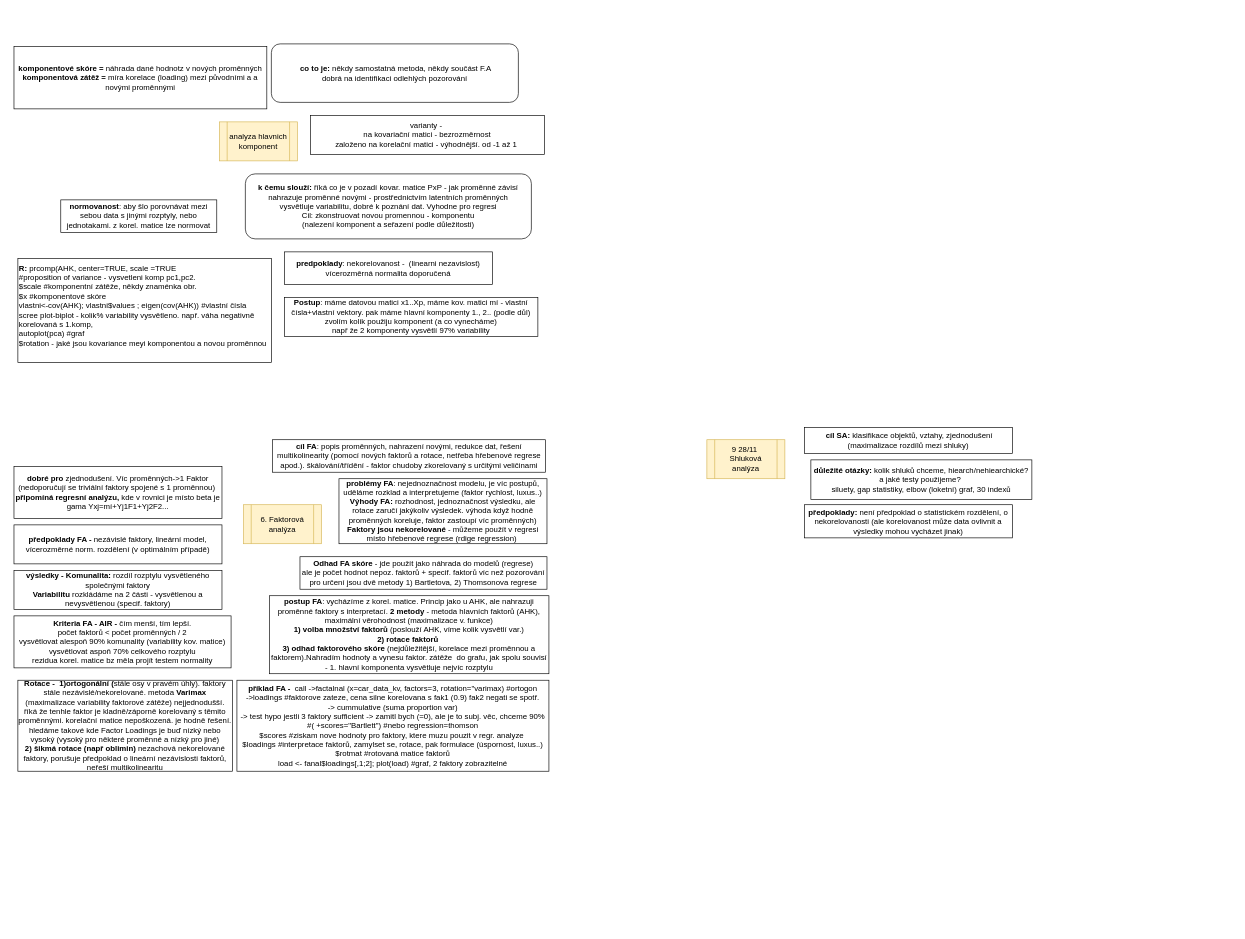
This is UCL Statistika test 2.drawio from pama78/ucl, a draw.io file, before an edit. Source tidied: cells renumbered, new cells numbered last; positions are measured from the earlier drawing's top-left corner, leaving out a move shared by most shapes. Both pictures are drawn from the tidied source at 65%, with x=0, y=0 at pixel (14, 44).
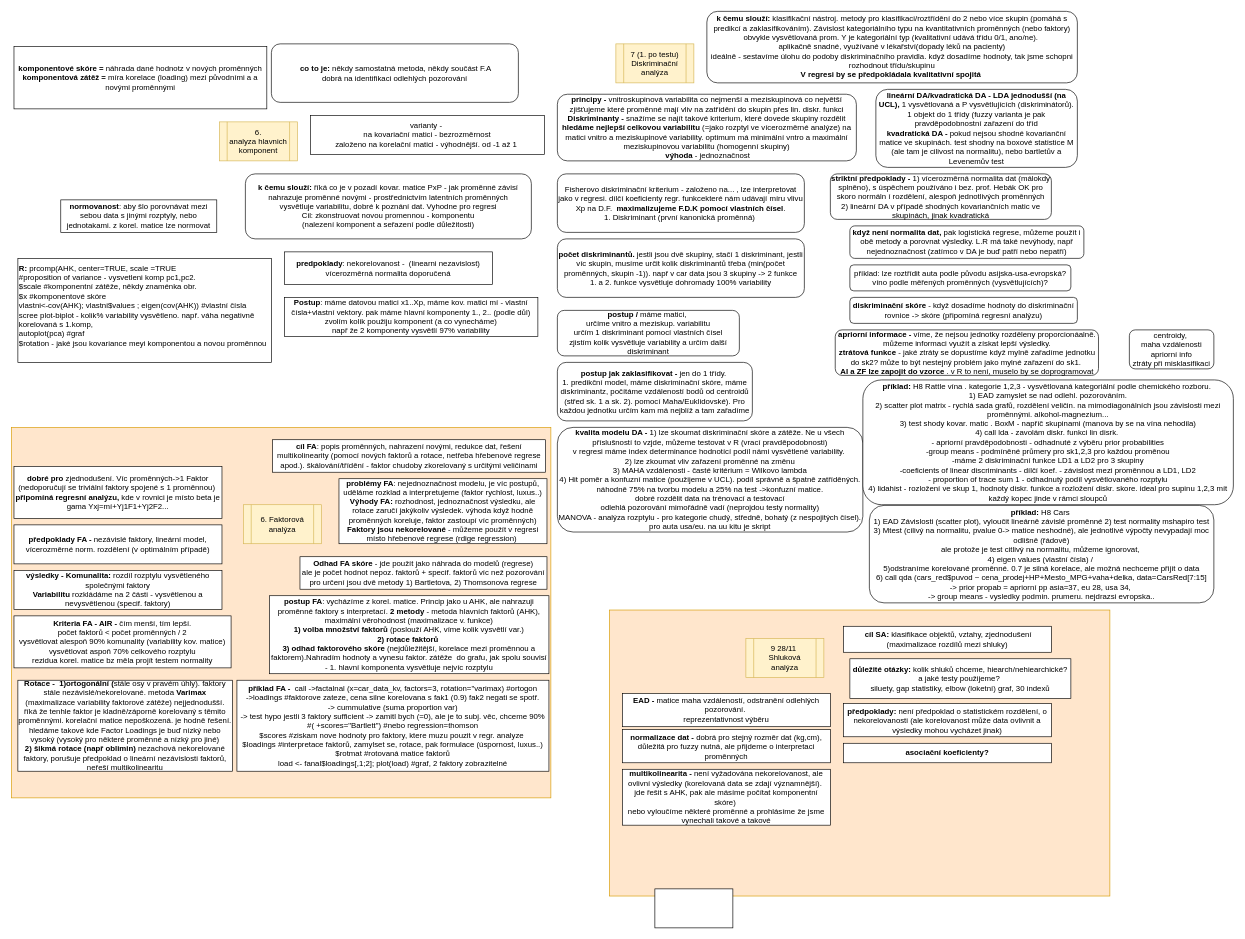
Above is the later version.

What changed in the source:
```diff
@@
+    <mxCell id="27" style="rounded=0;whiteSpace=wrap;html=1;fillColor=#ffe6cc;strokeColor=#d79b00;" parent="1" vertex="1">
+      <mxGeometry x="-4" y="590" width="830" height="570" as="geometry" />
+    </mxCell>
+    <mxCell id="28" style="rounded=0;whiteSpace=wrap;html=1;fillColor=#ffe6cc;strokeColor=#d79b00;" parent="1" vertex="1">
+      <mxGeometry x="916" y="871" width="770" height="440" as="geometry" />
+    </mxCell>
@@
-    <mxCell id="3" value="analyza hlavnich komponent" style="shape=process;whiteSpace=wrap;html=1;backgroundOutline=1;fillColor=#fff2cc;strokeColor=#d6b656;" parent="1" vertex="1">
+    <mxCell id="3" value="6. &lt;br&gt;analyza hlavnich komponent" style="shape=process;whiteSpace=wrap;html=1;backgroundOutline=1;fillColor=#fff2cc;strokeColor=#d6b656;" parent="1" vertex="1">
       <mxGeometry x="316" y="120" width="120" height="60" as="geometry" />
     </mxCell>
@@
     <mxCell id="23" value="9 28/11&amp;nbsp;&lt;br&gt;Shluková analýza" style="shape=process;whiteSpace=wrap;html=1;backgroundOutline=1;fillColor=#fff2cc;strokeColor=#d6b656;" parent="1" vertex="1">
-      <mxGeometry x="1066" y="609" width="120" height="60" as="geometry" />
+      <mxGeometry x="1126" y="915" width="120" height="60" as="geometry" />
     </mxCell>
     <mxCell id="24" value="&lt;b&gt;&amp;nbsp;cíl SA: &lt;/b&gt;klasifikace objektů, vztahy, zjednodušení (maximalizace rozdílů mezi shluky)" style="rounded=0;whiteSpace=wrap;html=1;" parent="1" vertex="1">
-      <mxGeometry x="1216" y="590" width="320" height="40" as="geometry" />
+      <mxGeometry x="1276" y="896" width="320" height="40" as="geometry" />
     </mxCell>
     <mxCell id="25" value="&lt;b&gt;důležité otázky: &lt;/b&gt;kolik shluků chceme, hiearch/nehiearchické?&lt;br&gt;a jaké testy použijeme?&amp;nbsp;&lt;br&gt;siluety, gap statistiky, elbow (loketní) graf, 30 indexů" style="rounded=0;whiteSpace=wrap;html=1;" parent="1" vertex="1">
-      <mxGeometry x="1226" y="640" width="340" height="61" as="geometry" />
+      <mxGeometry x="1286" y="946" width="340" height="61" as="geometry" />
     </mxCell>
     <mxCell id="26" value="&lt;b&gt;předpoklady: &lt;/b&gt;není předpoklad o statistickém rozdělení, o nekorelovanosti (ale korelovanost může data ovlivnit a výsledky mohou vycházet jinak)" style="rounded=0;whiteSpace=wrap;html=1;" parent="1" vertex="1">
-      <mxGeometry x="1216" y="709" width="320" height="51" as="geometry" />
+      <mxGeometry x="1276" y="1015" width="320" height="51" as="geometry" />
     </mxCell>
+    <mxCell id="29" value="&lt;b&gt;EAD - &lt;/b&gt;matice maha vzdáleností, odstranění odlehlých pozorování.&amp;nbsp;&lt;br&gt;reprezentativnost výběru" style="rounded=0;whiteSpace=wrap;html=1;" parent="1" vertex="1">
+      <mxGeometry x="936" y="999.5" width="320" height="51" as="geometry" />
+    </mxCell>
+    <mxCell id="30" value="&lt;b&gt;normalizace dat - &lt;/b&gt;dobrá pro stejný rozměr dat (kg,cm), důležitá pro fuzzy nutná, ale přijdeme o interpretaci proměnných" style="rounded=0;whiteSpace=wrap;html=1;" parent="1" vertex="1">
+      <mxGeometry x="936" y="1055" width="320" height="51" as="geometry" />
+    </mxCell>
+    <mxCell id="31" value="&lt;b&gt;multikolinearita - &lt;/b&gt;není vyžadována nekorelovanost, ale ovlivní výsledky (korelovaná data se zdají významnější).&amp;nbsp;&lt;br&gt;jde řešit s AHK, pak ale másíme počítat komponentní skóre)&amp;nbsp;&lt;br&gt;nebo vyloučíme některé proměnné a prohlásíme že jsme vynechali takové a takové" style="rounded=0;whiteSpace=wrap;html=1;" parent="1" vertex="1">
+      <mxGeometry x="936" y="1116" width="320" height="86" as="geometry" />
+    </mxCell>
+    <mxCell id="32" value="&lt;b&gt;asociační koeficienty?&lt;/b&gt;" style="rounded=0;whiteSpace=wrap;html=1;" parent="1" vertex="1">
+      <mxGeometry x="1276" y="1076" width="320" height="30" as="geometry" />
+    </mxCell>
+    <mxCell id="33" value="7 (1. po testu) Diskriminační analýza" style="shape=process;whiteSpace=wrap;html=1;backgroundOutline=1;fillColor=#fff2cc;strokeColor=#d6b656;" parent="1" vertex="1">
+      <mxGeometry x="926" width="120" height="60" as="geometry" />
+    </mxCell>
+    <mxCell id="34" value="&lt;b&gt;k čemu slouží:&lt;/b&gt;&amp;nbsp;klasifikační nástroj. metody pro klasifikaci/roztřídění do 2 nebo více skupin (pomáhá s predikcí a zaklasifikováním). Závislost kategoriálního typu na kvantitativních proměnných (nebo faktory)&lt;br&gt;obvykle vysvětlovaná prom. Y je kategoriální typ (kvalitativní udává třídu 0/1, ano/ne).&amp;nbsp;&lt;br&gt;aplikačně snadné, využívané v lékařství(dopady léků na pacienty)&lt;br&gt;ideálně - sestavíme úlohu do podoby diskriminačního pravidla. když dosadíme hodnoty, tak jsme schopni rozhodnout třídu/skupinu&lt;br&gt;&lt;b&gt;V regresi by se předpokládala kvalitativní spojitá&amp;nbsp;&lt;/b&gt;" style="rounded=1;whiteSpace=wrap;html=1;" parent="1" vertex="1">
+      <mxGeometry x="1066" y="-50" width="570" height="110" as="geometry" />
+    </mxCell>
+    <mxCell id="35" value="&lt;b&gt;principy - &lt;/b&gt;vnitroskupinová variabilita co nejmenší a meziskupinová co největší&lt;br&gt;zjišťujeme které proměnné mají vliv na zatřídění do skupin přes lin. diskr. funkci&lt;br&gt;&lt;b&gt;Diskriminanty -&amp;nbsp;&lt;/b&gt;snažíme se najít takové kriterium, které dovede skupiny rozdělit &lt;b&gt;hledáme nejlepší celkovou variabilitu&lt;/b&gt; (=jako rozptyl ve vícerozměrné analýze) na matici vnitro a meziskupinové variability. optimum má minimální vntro a maximální meziskupinovou variabilitu (homogenní skupiny)&lt;br&gt;&lt;b&gt;&amp;nbsp;výhoda &lt;/b&gt;- jednoznačnost" style="rounded=1;whiteSpace=wrap;html=1;" parent="1" vertex="1">
+      <mxGeometry x="836" y="77.5" width="460" height="102.5" as="geometry" />
+    </mxCell>
+    <mxCell id="36" value="&lt;b&gt;lineární DA/kvadratická DA - LDA jednodušší (na UCL),&lt;/b&gt; 1 vysvětlovaná a P vysvětlujících (diskriminátorů). 1 objekt do 1 třídy (fuzzy varianta je pak pravděpodobnostní zařazení do tříd&lt;br&gt;&lt;b&gt;kvadratická DA - &lt;/b&gt;pokud nejsou shodné kovarianční matice ve skupinách. test shodny na boxové statistice M (ale tam je cilivost na normalitu), nebo bartletův a Levenemův test" style="rounded=1;whiteSpace=wrap;html=1;" parent="1" vertex="1">
+      <mxGeometry x="1326" y="70" width="310" height="120" as="geometry" />
+    </mxCell>
+    <mxCell id="37" value="&lt;b&gt;striktní předpoklady - &lt;/b&gt;1) vícerozměrná normalita dat (málokdy splněno), s úspěchem používáno i bez. prof. Hebák OK pro skoro normáln í rozdělení, alespoň jednotlivých proměnných&lt;br&gt;2) lineární DA v případě shodných kovariančních matic ve skupinách, jinak kvadratická" style="rounded=1;whiteSpace=wrap;html=1;" parent="1" vertex="1">
+      <mxGeometry x="1256" y="200" width="340" height="70" as="geometry" />
+    </mxCell>
+    <mxCell id="38" value="&lt;b&gt;když není normalita dat,&lt;/b&gt; pak logistická regrese, můžeme použít i obě metody a porovnat výsledky. L.R má také nevýhody, např nejednoznačnost (zatímco v DA je buď patří nebo nepatří)" style="rounded=1;whiteSpace=wrap;html=1;" parent="1" vertex="1">
+      <mxGeometry x="1286" y="280" width="360" height="50" as="geometry" />
+    </mxCell>
+    <mxCell id="39" value="příklad: lze roztřídit auta podle původu asijska-usa-evropská?&lt;br&gt;víno podle měřených proměnných (vysvětlujících)?" style="rounded=1;whiteSpace=wrap;html=1;" parent="1" vertex="1">
+      <mxGeometry x="1286" y="340" width="340" height="40" as="geometry" />
+    </mxCell>
+    <mxCell id="40" value="centroidy,&amp;nbsp;&lt;br&gt;maha vzdálenosti&lt;br&gt;apriorní info&lt;br&gt;ztráty při misklasifikaci" style="rounded=1;whiteSpace=wrap;html=1;" parent="1" vertex="1">
+      <mxGeometry x="1716" y="440" width="130" height="60" as="geometry" />
+    </mxCell>
+    <mxCell id="41" value="Fisherovo diskriminační kriterium - založeno na... , lze interpretovat jako v regresi. dílčí koeficienty regr. funkcekteré nám udávají míru vlivu Xp na D.F.&amp;nbsp;&amp;nbsp;&lt;b&gt;maximalizujeme F.D.K pomocí vlastních čísel&lt;/b&gt;. &lt;br&gt;1. Diskriminant (první kanonická proměnná)&amp;nbsp;" style="rounded=1;whiteSpace=wrap;html=1;" parent="1" vertex="1">
+      <mxGeometry x="836" y="200" width="380" height="90" as="geometry" />
+    </mxCell>
+    <mxCell id="42" value="&lt;b&gt;počet diskriminantů.&lt;/b&gt; jestli jsou dvě skupiny, stačí 1 diskriminant, jestli víc skupin, musíme určit kolik diskriminantů třeba (min(počet proměnných, skupin -1)). např v car data jsou 3 skupiny -&amp;gt; 2 funkce&lt;br&gt;1. a 2. funkce vysvětluje dohromady 100% variability" style="rounded=1;whiteSpace=wrap;html=1;" parent="1" vertex="1">
+      <mxGeometry x="836" y="300" width="380" height="90" as="geometry" />
+    </mxCell>
+    <mxCell id="43" value="&lt;b&gt;diskriminační skóre&lt;/b&gt; - když dosadíme hodnoty do diskriminační rovnice -&amp;gt; skóre (připomíná regresní analýzu)" style="rounded=1;whiteSpace=wrap;html=1;" parent="1" vertex="1">
+      <mxGeometry x="1286" y="390" width="350" height="40" as="geometry" />
+    </mxCell>
+    <mxCell id="44" value="&lt;b&gt;postup / &lt;/b&gt;máme matici,&amp;nbsp;&lt;br&gt;určíme vnitro a meziskup. variabilitu&lt;br&gt;určím 1 diskriminant pomocí vlastních čísel&lt;br&gt;zjistím kolik vysvětluje variability a určím další diskriminant" style="rounded=1;whiteSpace=wrap;html=1;" parent="1" vertex="1">
+      <mxGeometry x="836" y="410" width="280" height="70" as="geometry" />
+    </mxCell>
+    <mxCell id="45" value="&lt;b&gt;postup jak zaklasifikovat -&lt;/b&gt; jen do 1 třídy.&amp;nbsp;&lt;br&gt;1. predikční model, máme diskriminační skóre, máme diskriminantz, počítáme vzdáleností bodů od centroidů (střed sk. 1 a sk. 2). pomocí Maha/Euklidovské). Pro každou jednotku určím kam má nejblíž a tam zařadíme" style="rounded=1;whiteSpace=wrap;html=1;" parent="1" vertex="1">
+      <mxGeometry x="836" y="490" width="300" height="90" as="geometry" />
+    </mxCell>
+    <mxCell id="46" value="&lt;b&gt;apriorní informace - &lt;/b&gt;víme, že nejsou jednotky rozděleny proporcionáalně. můžeme informaci využít a získat lepší výsledky.&lt;br&gt;&lt;b&gt;ztrátová funkce &lt;/b&gt;- jaké ztráty se dopustíme když mylně zařadíme jednotku do sk2? může to být nestejný problém jako mylné zařazení do sk1.&amp;nbsp;&lt;br&gt;&lt;b&gt;AI a ZF lze zapojit do vzorce &lt;/b&gt;. v R to není, muselo by se doprogramovat" style="rounded=1;whiteSpace=wrap;html=1;" parent="1" vertex="1">
+      <mxGeometry x="1263.5" y="440" width="405" height="70" as="geometry" />
+    </mxCell>
+    <mxCell id="47" value="&lt;b&gt;kvalita modelu DA -&lt;/b&gt;&amp;nbsp;1) lze skoumat diskriminační skóre a zátěže. Ne u všech příslušností to vzjde, můžeme testovat v R (vrací pravděpodobnosti) &lt;br&gt;v regresi máme index determinance hodnotící podíl námi vysvětlené variability.&amp;nbsp;&lt;br&gt;2) lze zkoumat vliv zařazení proměnné na změnu&lt;br&gt;3) MAHA vzdálenosti - časté kritérium = Wilkovo lambda&lt;br&gt;4) Hit poměr a konfuzní matice (použijeme v UCL). podíl správně a špatně zatříděných. náhodně 75% na tvorbu modelu a 25% na test -&amp;gt;konfuzní matice.&lt;br&gt;dobré rozdělit data na trénovací a testovací&lt;br&gt;odlehlá pozorování mimořádně vadí (neprojdou testy normality)&lt;br&gt;MANOVA - analýza rozptylu - pro kategorie chudý, středně, bohatý (z nespojitých čísel). pro auta usa/eu. na uu kitu je skript" style="rounded=1;whiteSpace=wrap;html=1;" parent="1" vertex="1">
+      <mxGeometry x="836" y="590" width="470" height="161" as="geometry" />
+    </mxCell>
+    <mxCell id="48" value="&lt;b&gt;příklad: &lt;/b&gt;H8 Rattle vína . kategorie 1,2,3 - vysvětlovaná kategoriální podle chemického rozboru.&amp;nbsp;&lt;br&gt;1) EAD zamyslet se nad odlehl. pozorováním. &lt;br&gt;2) scatter plot matrix - rychlá sada grafů, rozdělení veličin. na mimodiagonálních jsou závislosti mezi proměnnými. alkohol-magnezium...&lt;br&gt;3) test shody kovar. matic . BoxM - napříč skupinami (manova by se na vína nehodila)&lt;br&gt;4) call lda - zavolám diskr. funkci lin disrk.&amp;nbsp;&lt;br&gt;- apriorní pravděpodobnosti - odhadnuté z výběru prior probabilities&lt;br&gt;-group means - podmíněné průmery pro sk1,2,3 pro každou proměnou&lt;br&gt;-máme 2 diskriminační funkce LD1 a LD2 pro 3 skupiny&lt;br&gt;-coeficients of linear discriminants - dílčí koef. - závislost mezi proměnnou a LD1, LD2&lt;br&gt;- proportion of trace sum 1 - odhadnutý podíl vysvětlovaného rozptylu&lt;br&gt;4) lidahist - rozložení ve skup 1, hodnoty diskr. funkce a rozložení diskr. skore. ideal pro supinu 1,2,3 mít každý kopec jinde v rámci sloupců&lt;br&gt;" style="rounded=1;whiteSpace=wrap;html=1;" parent="1" vertex="1">
+      <mxGeometry x="1306" y="517" width="570" height="192" as="geometry" />
+    </mxCell>
+    <mxCell id="49" value="&lt;b&gt;příklad: &lt;/b&gt;H8 Cars&amp;nbsp;&lt;br&gt;1) EAD Závislosti (scatter plot), vyloučit lineárně závislé proměnné 2) test normality mshapiro test 3) Mtest (cilivý na normalitu, pvalue 0-&amp;gt; matice neshodné), ale jednotlivé výpočty nevypadají moc odlišně (řádově)&lt;br&gt;ale protože je test citlivý na normalitu, můžeme ignorovat,&amp;nbsp;&lt;br&gt;4) eigen values (vlastní čísla) /&amp;nbsp;&lt;br&gt;5)odstraníme korelované proměnné. 0.7 je silná korelace, ale možná nechceme přijít o data&lt;br&gt;6) call qda (cars_red$puvod ~ cena_prodej+HP+Mesto_MPG+vaha+delka, data=CarsRed[7:15]&lt;br&gt;-&amp;gt; prior propab = apriorní pp asia=37, eu 28, usa 34,&amp;nbsp;&lt;br&gt;-&amp;gt; group means - vysledky podmin. prumeru. nejdrazsi evropska.." style="rounded=1;whiteSpace=wrap;html=1;" parent="1" vertex="1">
+      <mxGeometry x="1316" y="710" width="530" height="150" as="geometry" />
+    </mxCell>
+    <mxCell id="50" style="rounded=0;whiteSpace=wrap;html=1;" parent="1" vertex="1">
+      <mxGeometry x="986" y="1300" width="120" height="60" as="geometry" />
+    </mxCell>
```
